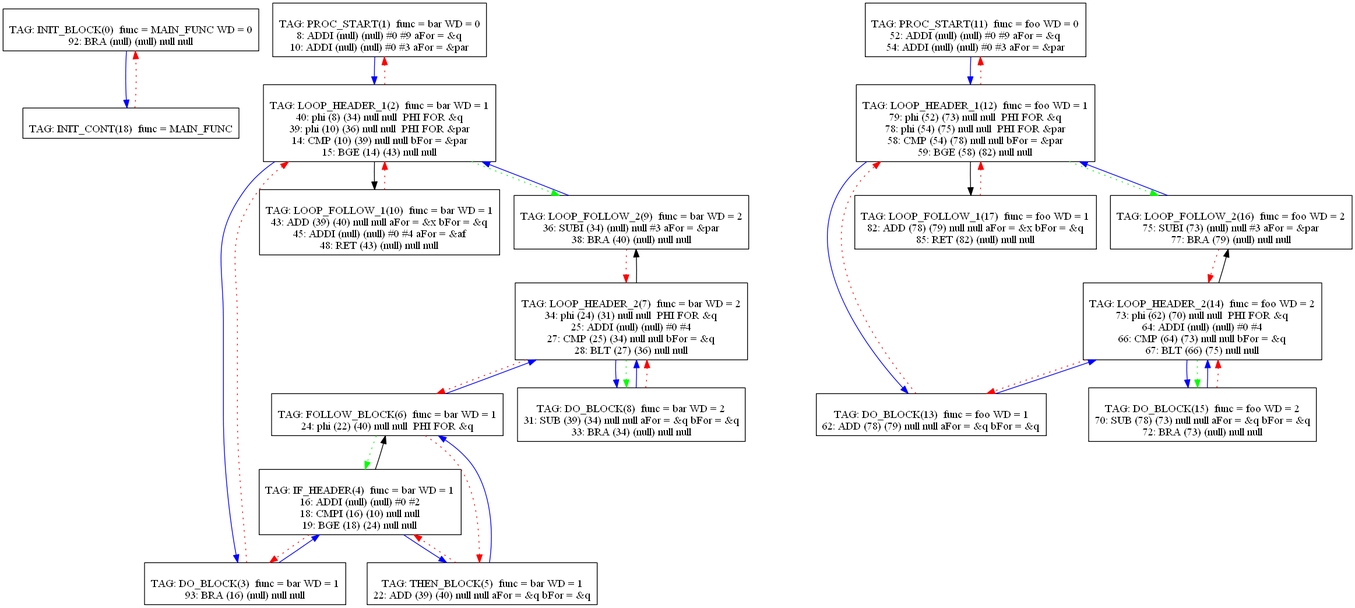
Above: Compiler/15graph.png in mbajaj92/Project-Astoria (Graphviz), before the change. Its source is kept beside it as Compiler/15graph.dot. The source it was exported from:
```dot
digraph {
0[label="
TAG: INIT_BLOCK(0)  func = MAIN_FUNC WD = 0
92: BRA (null) (null) null null
"];
0[shape=box];
0 -> 18[color=blue]
1[label="
TAG: PROC_START(1)  func = bar WD = 0
8: ADDI (null) (null) #0 #9 aFor = &q
10: ADDI (null) (null) #0 #3 aFor = &par
"];
1[shape=box];
1 -> 2[color=blue]
2[label="
TAG: LOOP_HEADER_1(2)  func = bar WD = 1
40: phi (8) (34) null null  PHI FOR &q
39: phi (10) (36) null null  PHI FOR &par
14: CMP (10) (39) null null bFor = &par
15: BGE (14) (43) null null
"];
2[shape=box];
2 -> 3[color=blue]
2 -> 10[color=black]
2 -> 1[color=red][style=dotted]
2 -> 9[color=green][style=dotted]
3[label="
TAG: DO_BLOCK(3)  func = bar WD = 1
93: BRA (16) (null) null null
"];
3[shape=box];
3 -> 4[color=blue]
3 -> 2[color=red][style=dotted]
4[label="
TAG: IF_HEADER(4)  func = bar WD = 1
16: ADDI (null) (null) #0 #2
18: CMPI (16) (10) null null
19: BGE (18) (24) null null
"];
4[shape=box];
4 -> 5[color=blue]
4 -> 6[color=black]
4 -> 3[color=red][style=dotted]
5[label="
TAG: THEN_BLOCK(5)  func = bar WD = 1
22: ADD (39) (40) null null aFor = &q bFor = &q
"];
5[shape=box];
5 -> 6[color=blue]
5 -> 4[color=red][style=dotted]
6[label="
TAG: FOLLOW_BLOCK(6)  func = bar WD = 1
24: phi (22) (40) null null  PHI FOR &q
"];
6[shape=box];
6 -> 7[color=blue]
6 -> 5[color=red][style=dotted]
6 -> 4[color=green][style=dotted]
7[label="
TAG: LOOP_HEADER_2(7)  func = bar WD = 2
34: phi (24) (31) null null  PHI FOR &q
25: ADDI (null) (null) #0 #4
27: CMP (25) (34) null null bFor = &q
28: BLT (27) (36) null null
"];
7[shape=box];
7 -> 8[color=blue]
7 -> 9[color=black]
7 -> 6[color=red][style=dotted]
7 -> 8[color=green][style=dotted]
8[label="
TAG: DO_BLOCK(8)  func = bar WD = 2
31: SUB (39) (34) null null aFor = &q bFor = &q
33: BRA (34) (null) null null
"];
8[shape=box];
8 -> 7[color=blue]
8 -> 7[color=red][style=dotted]
9[label="
TAG: LOOP_FOLLOW_2(9)  func = bar WD = 2
36: SUBI (34) (null) null #3 aFor = &par
38: BRA (40) (null) null null
"];
9[shape=box];
9 -> 2[color=blue]
9 -> 7[color=red][style=dotted]
10[label="
TAG: LOOP_FOLLOW_1(10)  func = bar WD = 1
43: ADD (39) (40) null null aFor = &x bFor = &q
45: ADDI (null) (null) #0 #4 aFor = &af
48: RET (43) (null) null null
"];
10[shape=box];
10 -> 2[color=red][style=dotted]
11[label="
TAG: PROC_START(11)  func = foo WD = 0
52: ADDI (null) (null) #0 #9 aFor = &q
54: ADDI (null) (null) #0 #3 aFor = &par
"];
11[shape=box];
11 -> 12[color=blue]
12[label="
TAG: LOOP_HEADER_1(12)  func = foo WD = 1
79: phi (52) (73) null null  PHI FOR &q
78: phi (54) (75) null null  PHI FOR &par
58: CMP (54) (78) null null bFor = &par
59: BGE (58) (82) null null
"];
12[shape=box];
12 -> 13[color=blue]
12 -> 17[color=black]
12 -> 11[color=red][style=dotted]
12 -> 16[color=green][style=dotted]
13[label="
TAG: DO_BLOCK(13)  func = foo WD = 1
62: ADD (78) (79) null null aFor = &q bFor = &q
"];
13[shape=box];
13 -> 14[color=blue]
13 -> 12[color=red][style=dotted]
14[label="
TAG: LOOP_HEADER_2(14)  func = foo WD = 2
73: phi (62) (70) null null  PHI FOR &q
64: ADDI (null) (null) #0 #4
66: CMP (64) (73) null null bFor = &q
67: BLT (66) (75) null null
"];
14[shape=box];
14 -> 15[color=blue]
14 -> 16[color=black]
14 -> 13[color=red][style=dotted]
14 -> 15[color=green][style=dotted]
15[label="
TAG: DO_BLOCK(15)  func = foo WD = 2
70: SUB (78) (73) null null aFor = &q bFor = &q
72: BRA (73) (null) null null
"];
15[shape=box];
15 -> 14[color=blue]
15 -> 14[color=red][style=dotted]
16[label="
TAG: LOOP_FOLLOW_2(16)  func = foo WD = 2
75: SUBI (73) (null) null #3 aFor = &par
77: BRA (79) (null) null null
"];
16[shape=box];
16 -> 12[color=blue]
16 -> 14[color=red][style=dotted]
17[label="
TAG: LOOP_FOLLOW_1(17)  func = foo WD = 1
82: ADD (78) (79) null null aFor = &x bFor = &q
85: RET (82) (null) null null
"];
17[shape=box];
17 -> 12[color=red][style=dotted]
18[label="
TAG: INIT_CONT(18)  func = MAIN_FUNC
"];
18[shape=box];
18 -> 0[color=red][style=dotted]
}
```
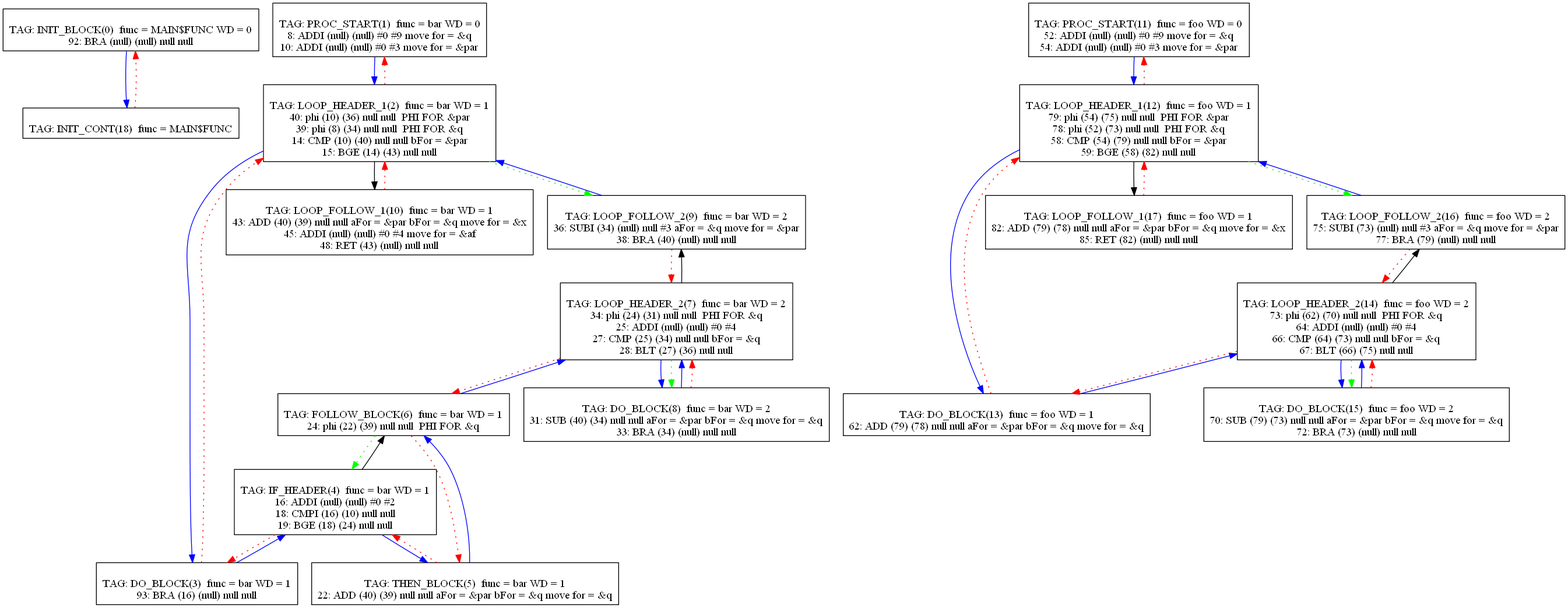
After the change.

The edit, as a diff of the source:
```diff
@@ -1,22 +1,22 @@
 digraph {
 0[label="
-TAG: INIT_BLOCK(0)  func = MAIN_FUNC WD = 0
+TAG: INIT_BLOCK(0)  func = MAIN$FUNC WD = 0
 92: BRA (null) (null) null null
 "];
 0[shape=box];
 0 -> 18[color=blue]
 1[label="
 TAG: PROC_START(1)  func = bar WD = 0
-8: ADDI (null) (null) #0 #9 aFor = &q
-10: ADDI (null) (null) #0 #3 aFor = &par
+8: ADDI (null) (null) #0 #9 move for = &q
+10: ADDI (null) (null) #0 #3 move for = &par
 "];
 1[shape=box];
 1 -> 2[color=blue]
 2[label="
 TAG: LOOP_HEADER_1(2)  func = bar WD = 1
-40: phi (8) (34) null null  PHI FOR &q
-39: phi (10) (36) null null  PHI FOR &par
-14: CMP (10) (39) null null bFor = &par
+40: phi (10) (36) null null  PHI FOR &par
+39: phi (8) (34) null null  PHI FOR &q
+14: CMP (10) (40) null null bFor = &par
 15: BGE (14) (43) null null
 "];
 2[shape=box];
@@ -43,14 +43,14 @@
 4 -> 3[color=red][style=dotted]
 5[label="
 TAG: THEN_BLOCK(5)  func = bar WD = 1
-22: ADD (39) (40) null null aFor = &q bFor = &q
+22: ADD (40) (39) null null aFor = &par bFor = &q move for = &q
 "];
 5[shape=box];
 5 -> 6[color=blue]
 5 -> 4[color=red][style=dotted]
 6[label="
 TAG: FOLLOW_BLOCK(6)  func = bar WD = 1
-24: phi (22) (40) null null  PHI FOR &q
+24: phi (22) (39) null null  PHI FOR &q
 "];
 6[shape=box];
 6 -> 7[color=blue]
@@ -70,7 +70,7 @@
 7 -> 8[color=green][style=dotted]
 8[label="
 TAG: DO_BLOCK(8)  func = bar WD = 2
-31: SUB (39) (34) null null aFor = &q bFor = &q
+31: SUB (40) (34) null null aFor = &par bFor = &q move for = &q
 33: BRA (34) (null) null null
 "];
 8[shape=box];
@@ -78,7 +78,7 @@
 8 -> 7[color=red][style=dotted]
 9[label="
 TAG: LOOP_FOLLOW_2(9)  func = bar WD = 2
-36: SUBI (34) (null) null #3 aFor = &par
+36: SUBI (34) (null) null #3 aFor = &q move for = &par
 38: BRA (40) (null) null null
 "];
 9[shape=box];
@@ -86,24 +86,24 @@
 9 -> 7[color=red][style=dotted]
 10[label="
 TAG: LOOP_FOLLOW_1(10)  func = bar WD = 1
-43: ADD (39) (40) null null aFor = &x bFor = &q
-45: ADDI (null) (null) #0 #4 aFor = &af
+43: ADD (40) (39) null null aFor = &par bFor = &q move for = &x
+45: ADDI (null) (null) #0 #4 move for = &af
 48: RET (43) (null) null null
 "];
 10[shape=box];
 10 -> 2[color=red][style=dotted]
 11[label="
 TAG: PROC_START(11)  func = foo WD = 0
-52: ADDI (null) (null) #0 #9 aFor = &q
-54: ADDI (null) (null) #0 #3 aFor = &par
+52: ADDI (null) (null) #0 #9 move for = &q
+54: ADDI (null) (null) #0 #3 move for = &par
 "];
 11[shape=box];
 11 -> 12[color=blue]
 12[label="
 TAG: LOOP_HEADER_1(12)  func = foo WD = 1
-79: phi (52) (73) null null  PHI FOR &q
-78: phi (54) (75) null null  PHI FOR &par
-58: CMP (54) (78) null null bFor = &par
+79: phi (54) (75) null null  PHI FOR &par
+78: phi (52) (73) null null  PHI FOR &q
+58: CMP (54) (79) null null bFor = &par
 59: BGE (58) (82) null null
 "];
 12[shape=box];
@@ -113,7 +113,7 @@
 12 -> 16[color=green][style=dotted]
 13[label="
 TAG: DO_BLOCK(13)  func = foo WD = 1
-62: ADD (78) (79) null null aFor = &q bFor = &q
+62: ADD (79) (78) null null aFor = &par bFor = &q move for = &q
 "];
 13[shape=box];
 13 -> 14[color=blue]
@@ -132,7 +132,7 @@
 14 -> 15[color=green][style=dotted]
 15[label="
 TAG: DO_BLOCK(15)  func = foo WD = 2
-70: SUB (78) (73) null null aFor = &q bFor = &q
+70: SUB (79) (73) null null aFor = &par bFor = &q move for = &q
 72: BRA (73) (null) null null
 "];
 15[shape=box];
@@ -140,7 +140,7 @@
 15 -> 14[color=red][style=dotted]
 16[label="
 TAG: LOOP_FOLLOW_2(16)  func = foo WD = 2
-75: SUBI (73) (null) null #3 aFor = &par
+75: SUBI (73) (null) null #3 aFor = &q move for = &par
 77: BRA (79) (null) null null
 "];
 16[shape=box];
@@ -148,13 +148,13 @@
 16 -> 14[color=red][style=dotted]
 17[label="
 TAG: LOOP_FOLLOW_1(17)  func = foo WD = 1
-82: ADD (78) (79) null null aFor = &x bFor = &q
+82: ADD (79) (78) null null aFor = &par bFor = &q move for = &x
 85: RET (82) (null) null null
 "];
 17[shape=box];
 17 -> 12[color=red][style=dotted]
 18[label="
-TAG: INIT_CONT(18)  func = MAIN_FUNC
+TAG: INIT_CONT(18)  func = MAIN$FUNC
 "];
 18[shape=box];
 18 -> 0[color=red][style=dotted]
```
